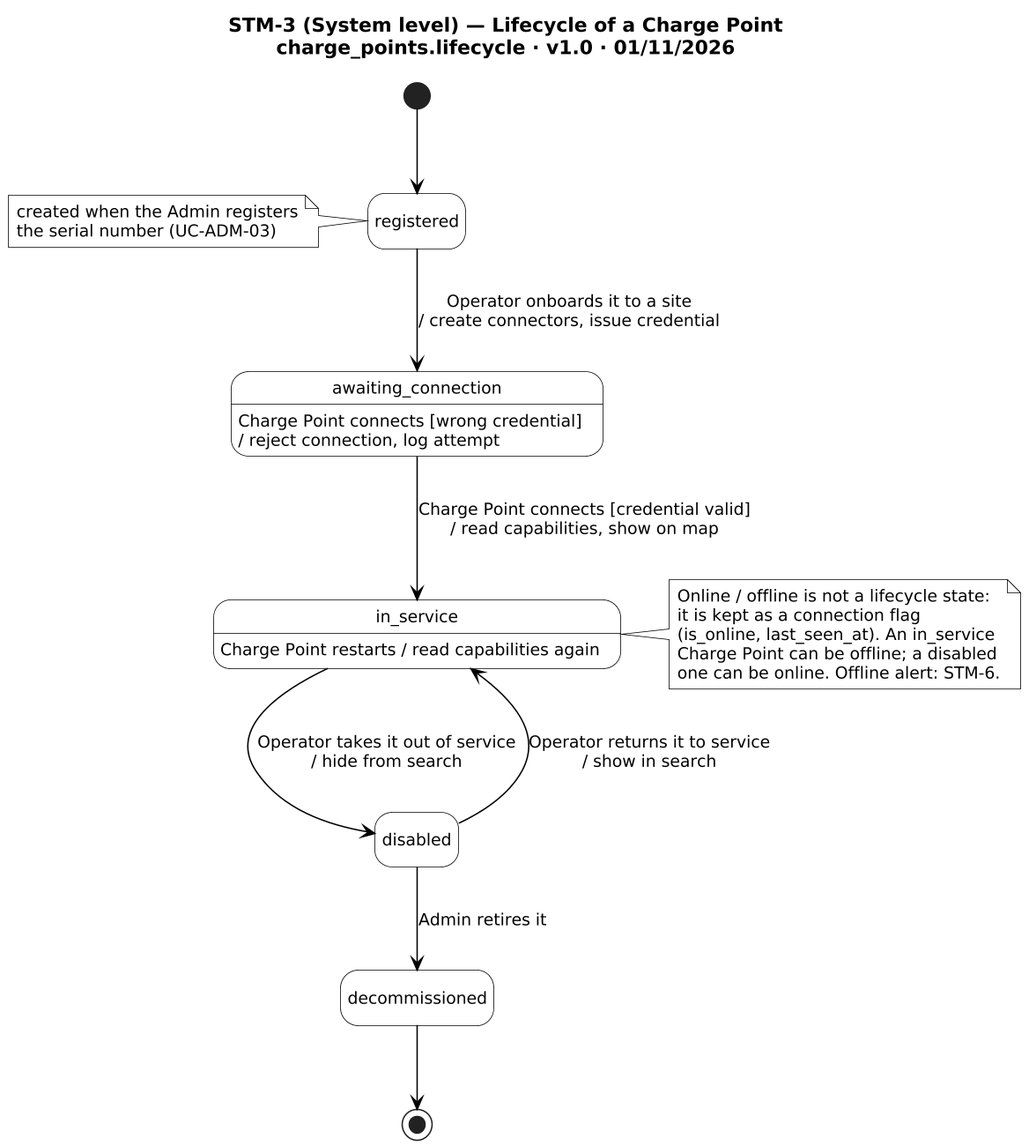
The PlantUML diagram diagrams/report4/state/STM-3/STM-3.png in PowerMeApp/powerme, before a commit.
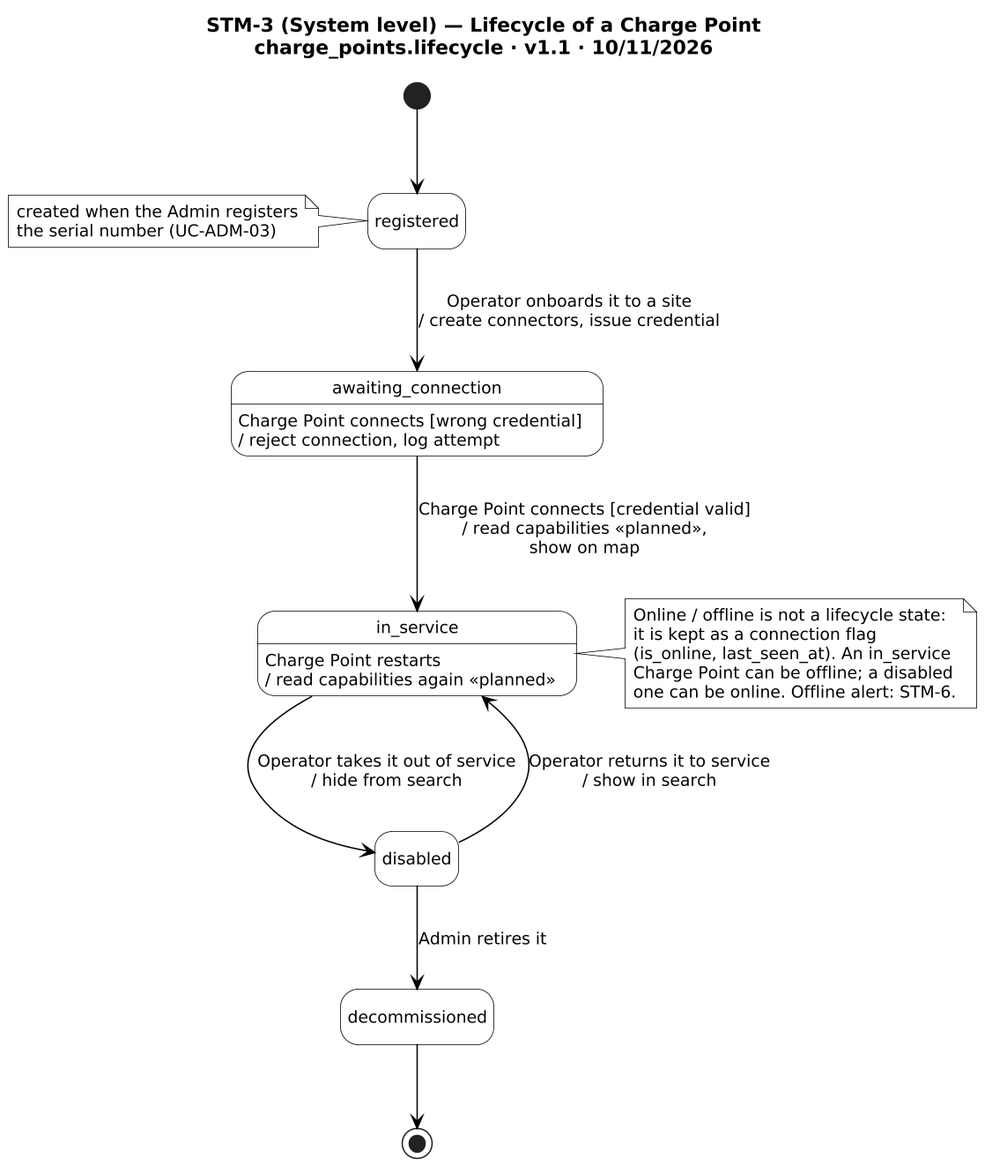
After the change.

Diff of the diagram source:
```diff
@@ -1,6 +1,6 @@
 @startuml STM-3
 !include _style.iuml
-title STM-3 (System level) — Lifecycle of a Charge Point\ncharge_points.lifecycle · v1.0 · 01/11/2026
+title STM-3 (System level) — Lifecycle of a Charge Point\ncharge_points.lifecycle · v1.1 · 10/11/2026
 
 [*] --> registered
 note left of registered
@@ -9,8 +9,8 @@
 end note
 registered --> awaiting_connection : Operator onboards it to a site\n/ create connectors, issue credential
 awaiting_connection : Charge Point connects [wrong credential]\n/ reject connection, log attempt
-awaiting_connection --> in_service : Charge Point connects [credential valid]\n/ read capabilities, show on map
-in_service : Charge Point restarts / read capabilities again
+awaiting_connection --> in_service : Charge Point connects [credential valid]\n/ read capabilities «planned»,\nshow on map
+in_service : Charge Point restarts\n/ read capabilities again «planned»
 in_service --> disabled : Operator takes it out of service\n/ hide from search
 disabled --> in_service : Operator returns it to service\n/ show in search
 disabled --> decommissioned : Admin retires it
```
